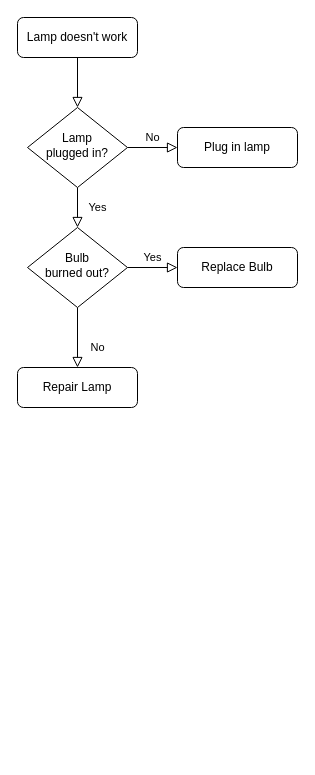
This is Untitled Diagram.drawio from itsmeaadi1/APSCP-flowchart, a draw.io file, before an edit. Source tidied: cells renumbered, new cells numbered last; positions are measured from the earlier drawing's top-left corner, leaving out a move shared by most shapes. Both pictures are drawn from the tidied source at 100%, with x=0, y=0 at pixel (17, 17).
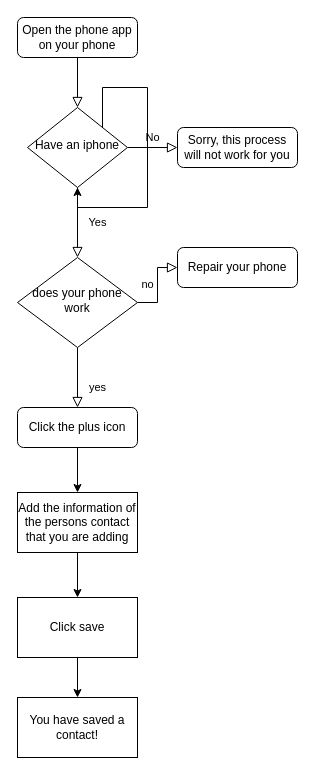
After the change.

Diff of the diagram source:
```diff
@@
 <mxGraphModel>
   <root>
     <mxCell id="0" />
     <mxCell id="1" parent="0" />
     <mxCell id="2" style="rounded=0;html=1;jettySize=auto;fontSize=11;endArrow=block;endFill=0;endSize=8;strokeWidth=1;shadow=0;labelBackgroundColor=none;edgeStyle=orthogonalEdgeStyle;" parent="1" edge="1" source="3" target="6">
       <mxGeometry relative="1" as="geometry" />
     </mxCell>
-    <mxCell id="3" value="Lamp doesn't work" style="rounded=1;whiteSpace=wrap;html=1;fontSize=12;glass=0;strokeWidth=1;shadow=0;" parent="1" vertex="1">
+    <mxCell id="3" value="Open the phone app on your phone" style="rounded=1;whiteSpace=wrap;html=1;fontSize=12;glass=0;strokeWidth=1;shadow=0;" parent="1" vertex="1">
       <mxGeometry width="120" height="40" as="geometry" />
     </mxCell>
     <mxCell id="4" value="Yes" style="rounded=0;html=1;jettySize=auto;fontSize=11;endArrow=block;endFill=0;endSize=8;strokeWidth=1;shadow=0;labelBackgroundColor=none;edgeStyle=orthogonalEdgeStyle;" parent="1" edge="1" source="6" target="10">
       <mxGeometry y="20" relative="1" as="geometry" />
     </mxCell>
     <mxCell id="5" value="No" style="edgeStyle=orthogonalEdgeStyle;rounded=0;html=1;jettySize=auto;fontSize=11;endArrow=block;endFill=0;endSize=8;strokeWidth=1;shadow=0;labelBackgroundColor=none;" parent="1" edge="1" source="6" target="7">
       <mxGeometry y="10" relative="1" as="geometry" />
     </mxCell>
-    <mxCell id="6" value="Lamp&lt;br&gt;plugged in?" style="rhombus;whiteSpace=wrap;html=1;shadow=0;fontFamily=Helvetica;fontSize=12;align=center;strokeWidth=1;spacing=6;spacingTop=-4;" parent="1" vertex="1">
+    <mxCell id="6" value="Have an iphone" style="rhombus;whiteSpace=wrap;html=1;shadow=0;fontFamily=Helvetica;fontSize=12;align=center;strokeWidth=1;spacing=6;spacingTop=-4;" parent="1" vertex="1">
       <mxGeometry x="10" y="90" width="100" height="80" as="geometry" />
     </mxCell>
-    <mxCell id="7" value="Plug in lamp" style="rounded=1;whiteSpace=wrap;html=1;fontSize=12;glass=0;strokeWidth=1;shadow=0;" parent="1" vertex="1">
+    <mxCell id="7" value="Sorry, this process will not work for you" style="rounded=1;whiteSpace=wrap;html=1;fontSize=12;glass=0;strokeWidth=1;shadow=0;" parent="1" vertex="1">
       <mxGeometry x="160" y="110" width="120" height="40" as="geometry" />
     </mxCell>
-    <mxCell id="8" value="No" style="rounded=0;html=1;jettySize=auto;fontSize=11;endArrow=block;endFill=0;endSize=8;strokeWidth=1;shadow=0;labelBackgroundColor=none;edgeStyle=orthogonalEdgeStyle;" parent="1" edge="1" source="10" target="11">
+    <mxCell id="8" value="yes" style="rounded=0;html=1;jettySize=auto;fontSize=11;endArrow=block;endFill=0;endSize=8;strokeWidth=1;shadow=0;labelBackgroundColor=none;edgeStyle=orthogonalEdgeStyle;" parent="1" edge="1" source="10" target="11">
       <mxGeometry x="0.33" y="20" relative="1" as="geometry" />
     </mxCell>
-    <mxCell id="9" value="Yes" style="edgeStyle=orthogonalEdgeStyle;rounded=0;html=1;jettySize=auto;fontSize=11;endArrow=block;endFill=0;endSize=8;strokeWidth=1;shadow=0;labelBackgroundColor=none;" parent="1" edge="1" source="10" target="12">
+    <mxCell id="9" value="no" style="edgeStyle=orthogonalEdgeStyle;rounded=0;html=1;jettySize=auto;fontSize=11;endArrow=block;endFill=0;endSize=8;strokeWidth=1;shadow=0;labelBackgroundColor=none;" parent="1" edge="1" source="10" target="12">
       <mxGeometry y="10" relative="1" as="geometry" />
     </mxCell>
-    <mxCell id="10" value="Bulb&lt;br&gt;burned out?" style="rhombus;whiteSpace=wrap;html=1;shadow=0;fontFamily=Helvetica;fontSize=12;align=center;strokeWidth=1;spacing=6;spacingTop=-4;" parent="1" vertex="1">
-      <mxGeometry x="10" y="210" width="100" height="80" as="geometry" />
+    <mxCell id="10" value="does your phone work" style="rhombus;whiteSpace=wrap;html=1;shadow=0;fontFamily=Helvetica;fontSize=12;align=center;strokeWidth=1;spacing=6;spacingTop=-4;" parent="1" vertex="1">
+      <mxGeometry y="240" width="120" height="90" as="geometry" />
     </mxCell>
+    <mxCell id="13" style="edgeStyle=orthogonalEdgeStyle;rounded=0;jettySize=auto;html=1;" parent="1" edge="1" source="11" target="16">
+      <mxGeometry relative="1" as="geometry" />
+    </mxCell>
-    <mxCell id="11" value="Repair Lamp" style="rounded=1;whiteSpace=wrap;html=1;fontSize=12;glass=0;strokeWidth=1;shadow=0;" parent="1" vertex="1">
-      <mxGeometry y="350" width="120" height="40" as="geometry" />
+    <mxCell id="11" value="Click the plus icon" style="rounded=1;whiteSpace=wrap;html=1;fontSize=12;glass=0;strokeWidth=1;shadow=0;" parent="1" vertex="1">
+      <mxGeometry y="390" width="120" height="40" as="geometry" />
     </mxCell>
-    <mxCell id="12" value="Replace Bulb" style="rounded=1;whiteSpace=wrap;html=1;fontSize=12;glass=0;strokeWidth=1;shadow=0;" parent="1" vertex="1">
+    <mxCell id="12" value="Repair your phone" style="rounded=1;whiteSpace=wrap;html=1;fontSize=12;glass=0;strokeWidth=1;shadow=0;" parent="1" vertex="1">
       <mxGeometry x="160" y="230" width="120" height="40" as="geometry" />
     </mxCell>
+    <mxCell id="14" style="edgeStyle=orthogonalEdgeStyle;rounded=0;orthogonalLoop=1;jettySize=auto;html=1;exitX=1;exitY=0;exitDx=0;exitDy=0;" parent="1" edge="1" source="6" target="6">
+      <mxGeometry relative="1" as="geometry" />
+    </mxCell>
+    <mxCell id="15" style="edgeStyle=orthogonalEdgeStyle;rounded=0;jettySize=auto;html=1;" parent="1" edge="1" source="16" target="18">
+      <mxGeometry relative="1" as="geometry" />
+    </mxCell>
+    <mxCell id="16" value="Add the information of the persons contact that you are adding" style="whiteSpace=wrap;html=1;" parent="1" vertex="1">
+      <mxGeometry y="475" width="120" height="60" as="geometry" />
+    </mxCell>
+    <mxCell id="17" style="edgeStyle=orthogonalEdgeStyle;rounded=0;jettySize=auto;html=1;" parent="1" edge="1" source="18" target="19">
+      <mxGeometry relative="1" as="geometry" />
+    </mxCell>
+    <mxCell id="18" value="Click save" style="whiteSpace=wrap;html=1;" parent="1" vertex="1">
+      <mxGeometry y="580" width="120" height="60" as="geometry" />
+    </mxCell>
+    <mxCell id="19" value="You have saved a contact!" style="whiteSpace=wrap;html=1;" parent="1" vertex="1">
+      <mxGeometry y="680" width="120" height="60" as="geometry" />
+    </mxCell>
   </root>
 </mxGraphModel>
```
